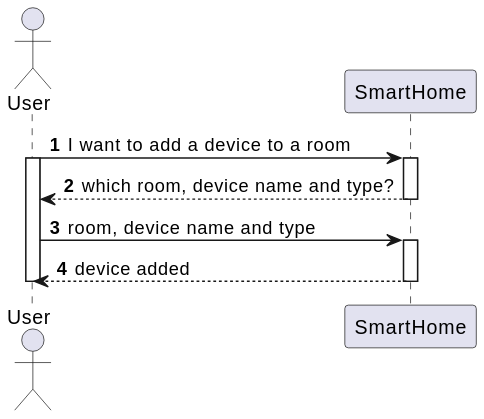
The PlantUML diagram docs/useCases/uc19_toAddDeviceToRoom/artifacts/UC19_SD.svg in olivDiogo/SmartHome, before a commit. Source of this version:
```plantuml
@startuml

!pragma layout smetana

autonumber

actor "User" as User
participant "SmartHome" as SH

User -> SH : I want to add a device to a room
activate SH
activate User

SH --> User : which room, device name and type?
deactivate SH

User -> SH : room, device name and type
activate SH

SH --> User : device added
deactivate SH

deactivate User
@enduml
```
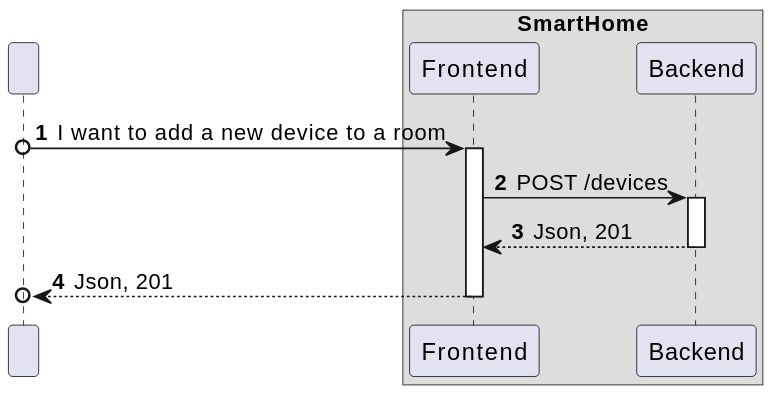
After the change.

Diff of the diagram source:
```diff
@@ -1,24 +1,24 @@
 @startuml
-
 !pragma layout smetana
 
 autonumber
+participant " " as User
 
-actor "User" as User
-participant "SmartHome" as SH
+box "SmartHome"
+    participant Frontend as FE
+    participant Backend as BE
+end box
 
-User -> SH : I want to add a device to a room
-activate SH
-activate User
 
-SH --> User : which room, device name and type?
-deactivate SH
+User o-> FE : I want to add a new device to a room
+activate FE
 
-User -> SH : room, device name and type
-activate SH
+FE -> BE : POST /devices
+activate BE
 
-SH --> User : device added
-deactivate SH
+BE --> FE : Json, 201
+deactivate BE
 
-deactivate User
+FE -->o User : Json, 201
+deactivate FE
 @enduml
```
